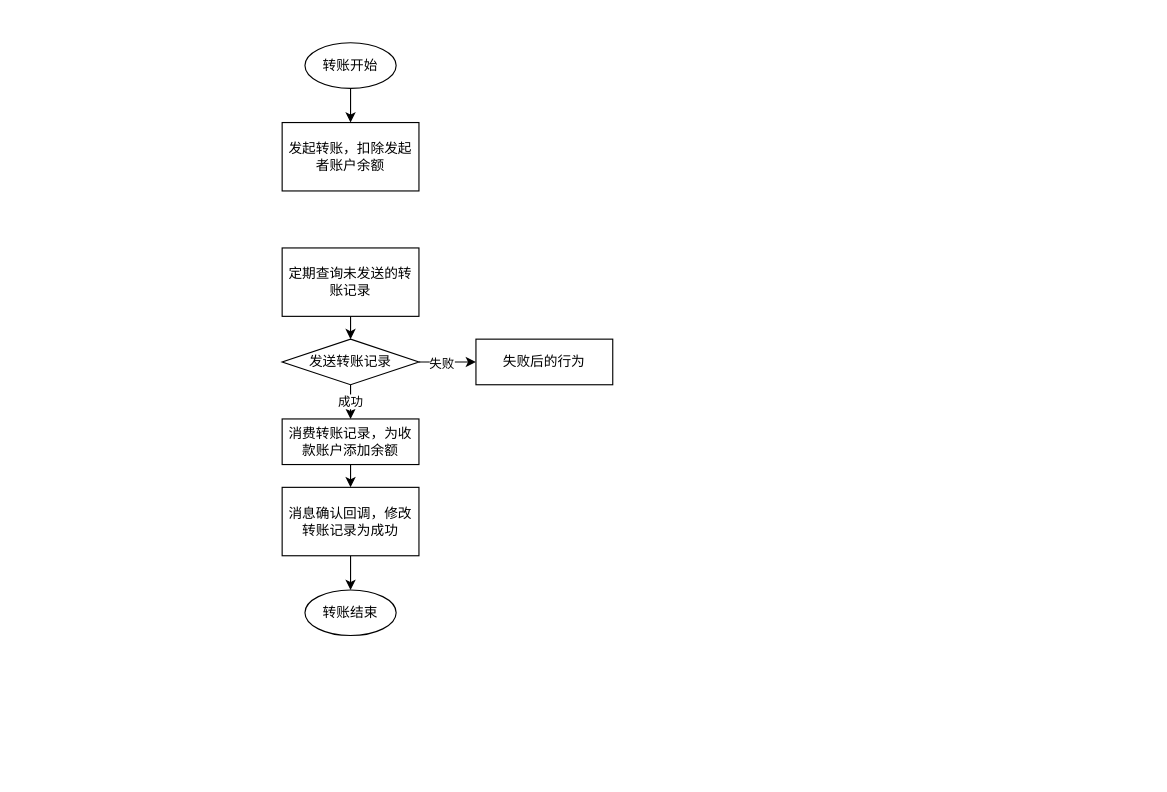
The draw.io diagram transfer.drawio in liepig1223/drawio, before the edit. Source tidied: cells renumbered, new cells numbered last; positions are measured from the earlier drawing's top-left corner, leaving out a move shared by most shapes. Both pictures are drawn from the tidied source at 114%, with x=0, y=0 at pixel (282, 42).
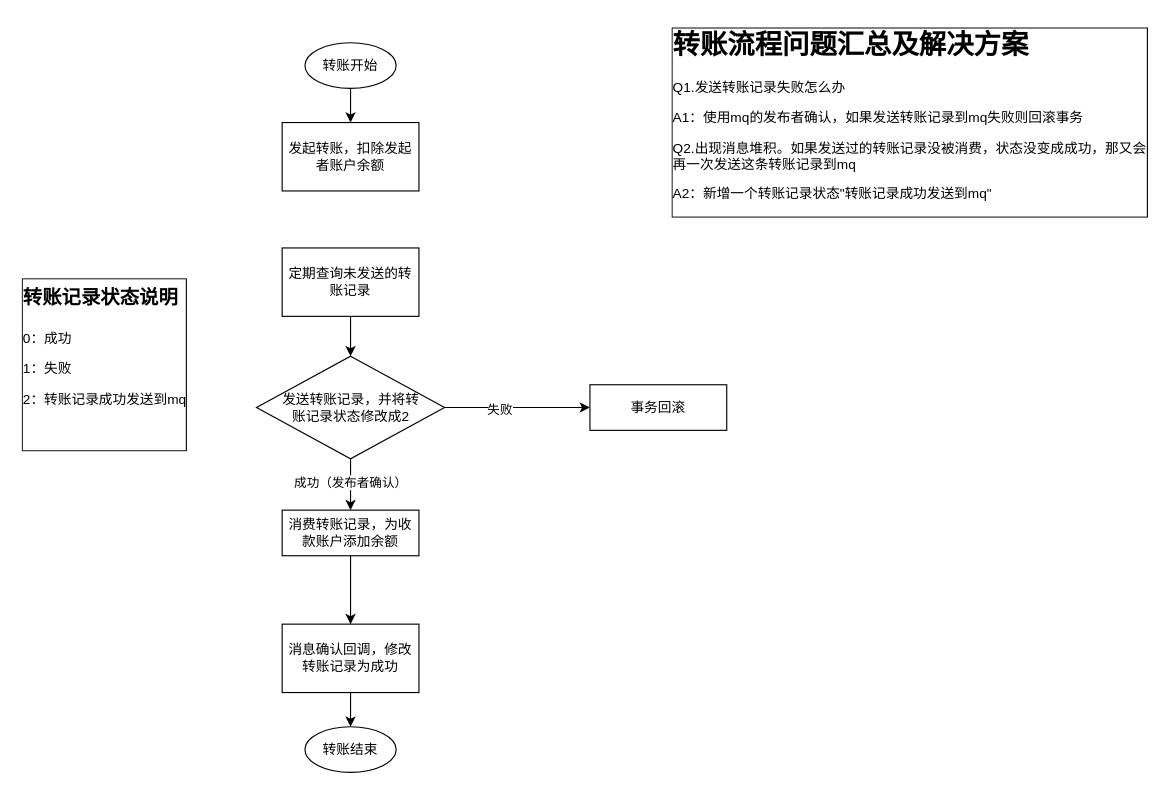
The same page after the edit.

The edit, as a diff of the source:
```diff
@@
 <mxGraphModel>
   <root>
     <mxCell id="0" />
     <mxCell id="1" parent="0" />
     <mxCell id="2" style="edgeStyle=orthogonalEdgeStyle;rounded=0;jettySize=auto;html=1;exitX=0.5;exitY=1;exitDx=0;exitDy=0;entryX=0.5;entryY=0;entryDx=0;entryDy=0;" parent="1" edge="1" source="3" target="5">
       <mxGeometry relative="1" as="geometry" />
     </mxCell>
     <mxCell id="3" value="转账开始" style="ellipse;whiteSpace=wrap;html=1;" parent="1" vertex="1">
       <mxGeometry x="20" width="80" height="40" as="geometry" />
     </mxCell>
     <mxCell id="4" value="转账结束" style="ellipse;whiteSpace=wrap;html=1;" parent="1" vertex="1">
-      <mxGeometry x="20" y="480" width="80" height="40" as="geometry" />
+      <mxGeometry x="20" y="600" width="80" height="40" as="geometry" />
     </mxCell>
     <mxCell id="5" value="发起转账，扣除发起者账户余额" style="rounded=0;whiteSpace=wrap;html=1;" parent="1" vertex="1">
       <mxGeometry y="70" width="120" height="60" as="geometry" />
     </mxCell>
     <mxCell id="6" style="edgeStyle=orthogonalEdgeStyle;rounded=0;jettySize=auto;html=1;exitX=0.5;exitY=1;exitDx=0;exitDy=0;entryX=0.5;entryY=0;entryDx=0;entryDy=0;" parent="1" edge="1" source="7" target="12">
       <mxGeometry relative="1" as="geometry" />
     </mxCell>
     <mxCell id="7" value="定期查询未发送的转账记录" style="rounded=0;whiteSpace=wrap;html=1;" parent="1" vertex="1">
       <mxGeometry y="180" width="120" height="60" as="geometry" />
     </mxCell>
     <mxCell id="8" style="edgeStyle=orthogonalEdgeStyle;rounded=0;jettySize=auto;html=1;exitX=0.5;exitY=1;exitDx=0;exitDy=0;entryX=0.5;entryY=0;entryDx=0;entryDy=0;" parent="1" edge="1" source="12" target="14">
       <mxGeometry relative="1" as="geometry" />
     </mxCell>
-    <mxCell id="9" value="成功" style="edgeLabel;html=1;align=center;verticalAlign=middle;" parent="8" vertex="1">
+    <mxCell id="9" value="成功（发布者确认）" style="edgeLabel;html=1;align=center;verticalAlign=middle;" parent="8" vertex="1">
       <mxGeometry x="-0.1" y="-1" relative="1" as="geometry" />
     </mxCell>
     <mxCell id="10" style="edgeStyle=orthogonalEdgeStyle;rounded=0;jettySize=auto;html=1;exitX=1;exitY=0.5;exitDx=0;exitDy=0;entryX=0;entryY=0.5;entryDx=0;entryDy=0;" parent="1" edge="1" source="12" target="15">
       <mxGeometry relative="1" as="geometry" />
     </mxCell>
     <mxCell id="11" value="失败" style="edgeLabel;html=1;align=center;verticalAlign=middle;" parent="10" vertex="1">
       <mxGeometry x="-0.24" y="-1" relative="1" as="geometry" />
     </mxCell>
-    <mxCell id="12" value="发送转账记录" style="rhombus;whiteSpace=wrap;html=1;" parent="1" vertex="1">
-      <mxGeometry y="260" width="120" height="40" as="geometry" />
+    <mxCell id="12" value="&lt;div&gt;发送转账记录，并将转&lt;/div&gt;&lt;div&gt;账记录状态修改成2&lt;/div&gt;" style="rhombus;whiteSpace=wrap;html=1;" parent="1" vertex="1">
+      <mxGeometry x="-22.5" y="275" width="165" height="90" as="geometry" />
     </mxCell>
     <mxCell id="13" style="edgeStyle=orthogonalEdgeStyle;rounded=0;jettySize=auto;html=1;exitX=0.5;exitY=1;exitDx=0;exitDy=0;entryX=0.5;entryY=0;entryDx=0;entryDy=0;" parent="1" edge="1" source="14" target="17">
       <mxGeometry relative="1" as="geometry" />
     </mxCell>
     <mxCell id="14" value="消费转账记录，为收款账户添加余额" style="rounded=0;whiteSpace=wrap;html=1;" parent="1" vertex="1">
-      <mxGeometry y="330" width="120" height="40" as="geometry" />
+      <mxGeometry y="410" width="120" height="40" as="geometry" />
     </mxCell>
-    <mxCell id="15" value="失败后的行为" style="rounded=0;whiteSpace=wrap;html=1;" parent="1" vertex="1">
-      <mxGeometry x="170" y="260" width="120" height="40" as="geometry" />
+    <mxCell id="15" value="事务回滚" style="rounded=0;whiteSpace=wrap;html=1;" parent="1" vertex="1">
+      <mxGeometry x="270" y="300" width="120" height="40" as="geometry" />
     </mxCell>
     <mxCell id="16" style="edgeStyle=orthogonalEdgeStyle;rounded=0;jettySize=auto;html=1;exitX=0.5;exitY=1;exitDx=0;exitDy=0;entryX=0.5;entryY=0;entryDx=0;entryDy=0;" parent="1" edge="1" source="17" target="4">
       <mxGeometry relative="1" as="geometry" />
     </mxCell>
     <mxCell id="17" value="消息确认回调，修改转账记录为成功" style="rounded=0;whiteSpace=wrap;html=1;" parent="1" vertex="1">
-      <mxGeometry y="390" width="120" height="60" as="geometry" />
+      <mxGeometry y="510" width="120" height="60" as="geometry" />
     </mxCell>
+    <mxCell id="18" value="&lt;h1 style=&quot;margin-top: 0px;&quot;&gt;转账流程问题汇总及解决方案&lt;br&gt;&lt;/h1&gt;&lt;p&gt;Q1.发送转账记录失败怎么办&lt;/p&gt;&lt;p&gt;A1：使用mq的发布者确认，如果发送转账记录到mq失败则回滚事务&lt;/p&gt;&lt;p&gt;Q2.出现消息堆积。如果发送过的转账记录没被消费，状态没变成成功，那又会再一次发送这条转账记录到mq&lt;/p&gt;&lt;p&gt;A2：新增一个转账记录状态&quot;转账记录成功发送到mq&quot;&lt;br&gt;&lt;/p&gt;" style="text;html=1;whiteSpace=wrap;overflow=hidden;rounded=0;labelBorderColor=default;" parent="1" vertex="1">
+      <mxGeometry x="340" y="-20" width="420" height="180" as="geometry" />
+    </mxCell>
+    <mxCell id="19" value="&lt;h1 style=&quot;margin-top: 0px;&quot;&gt;&lt;font style=&quot;font-size: 17px;&quot;&gt;转账记录状态说明&lt;/font&gt;&lt;br&gt;&lt;/h1&gt;&lt;p&gt;0：成功&lt;/p&gt;&lt;p&gt;1：失败&lt;/p&gt;&lt;p&gt;2：转账记录成功发送到mq&lt;/p&gt;&lt;p&gt;&lt;br&gt;&lt;/p&gt;" style="text;html=1;whiteSpace=wrap;overflow=hidden;rounded=0;labelBorderColor=default;" parent="1" vertex="1">
+      <mxGeometry x="-230" y="200" width="150" height="180" as="geometry" />
+    </mxCell>
   </root>
 </mxGraphModel>
```
